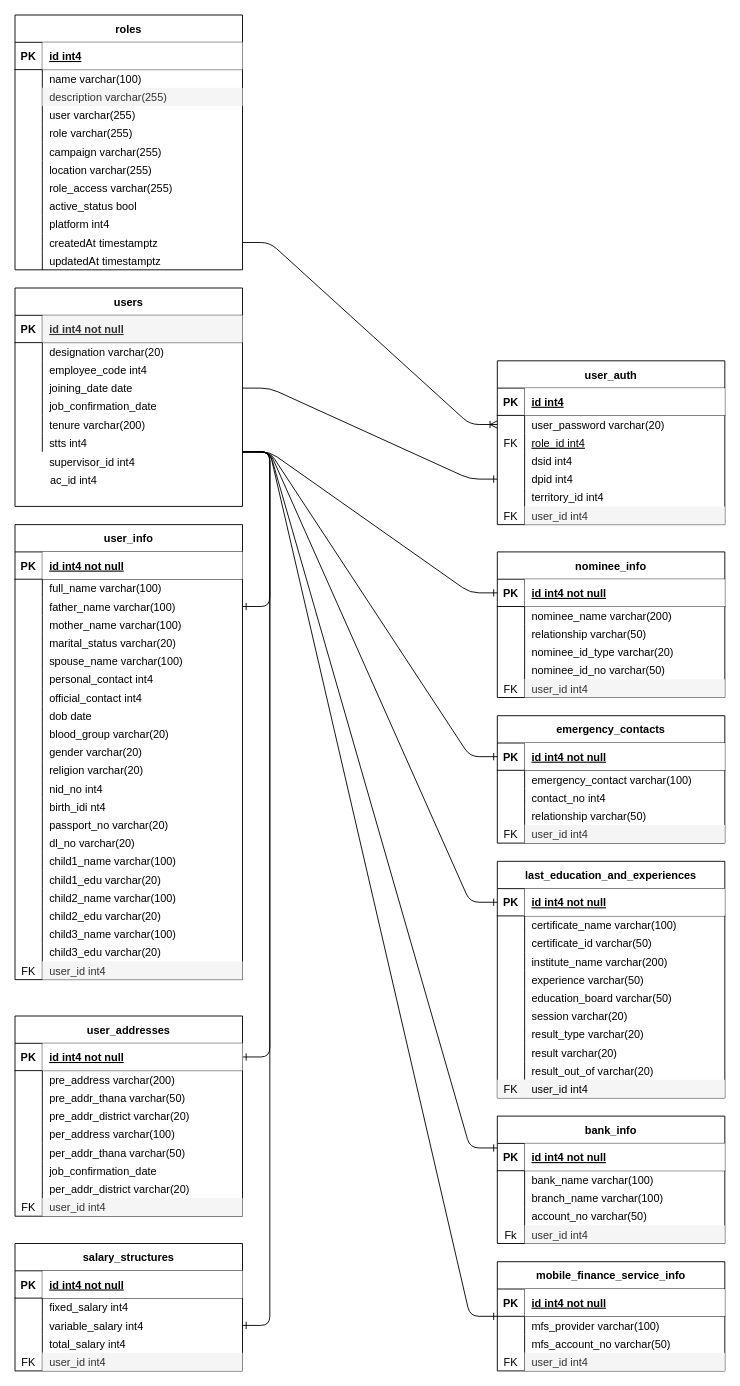
Before: page "Users" (3 of 5) of ECRM-ERD.drawio in Shoaib-Shuvo/ERDs-ECRM, a draw.io diagram. Source tidied: cells renumbered, new cells numbered last; positions are measured from the earlier drawing's top-left corner, leaving out a move shared by most shapes. Both pictures are drawn from the tidied source at 91%, with x=0, y=0 at pixel (15, 15).
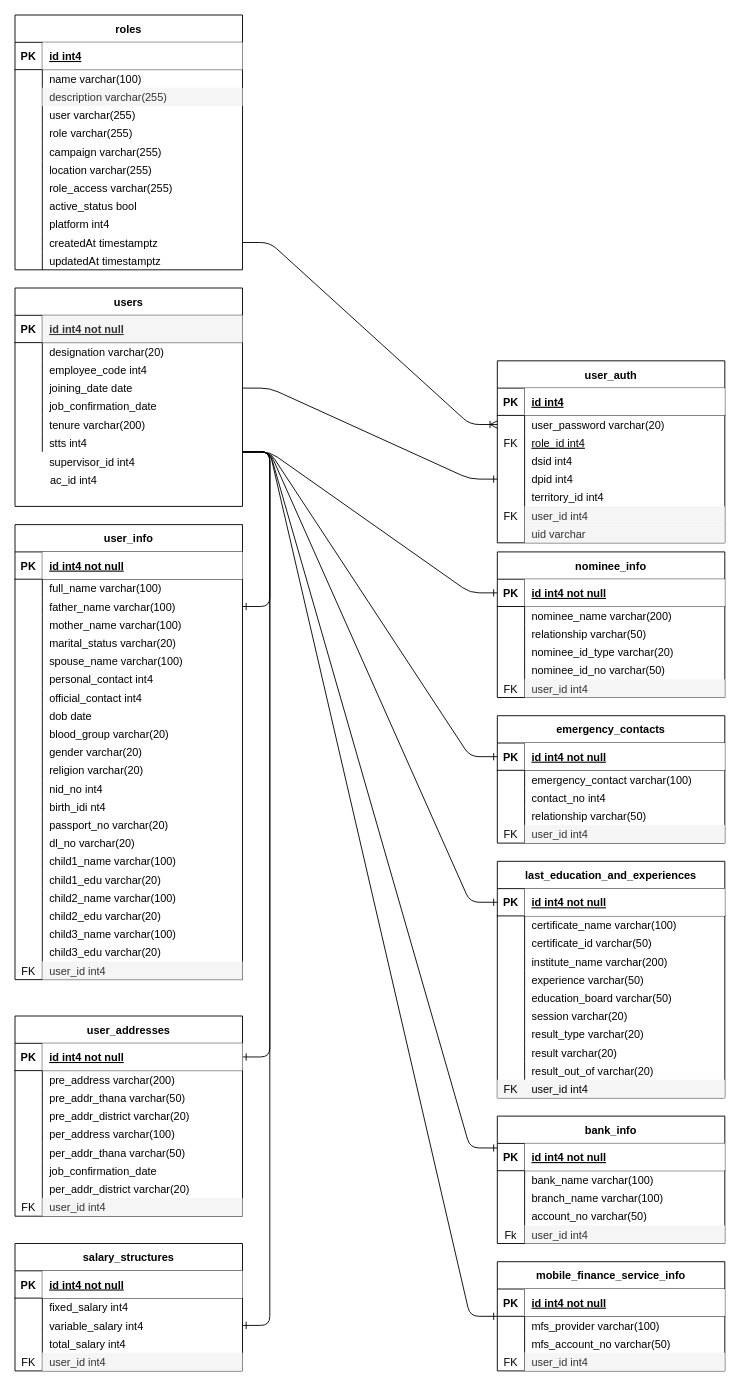
The same page after the edit.

Diff of the diagram source:
```diff
@@
     <mxCell id="223" value="user_auth" style="shape=table;startSize=30;childLayout=tableLayout;rowLines=0;fontStyle=1;align=center;" parent="1" vertex="1">
-      <mxGeometry x="530" y="380" width="250" height="180" as="geometry" />
+      <mxGeometry x="530" y="380" width="250" height="200" as="geometry" />
     </mxCell>
@@
+    <mxCell id="307" style="shape=partialRectangle;fillColor=none;top=0;left=0;right=0;bottom=0;" parent="223" vertex="1">
+      <mxGeometry y="180" width="250" height="20" as="geometry" />
+    </mxCell>
+    <mxCell id="308" style="shape=partialRectangle;overflow=hidden;fillColor=none;top=0;left=0;bottom=0;right=0;" parent="307" vertex="1">
+      <mxGeometry width="30" height="20" as="geometry" />
+    </mxCell>
+    <mxCell id="309" value="uid varchar" style="shape=partialRectangle;overflow=hidden;fillColor=#f5f5f5;top=0;left=0;bottom=0;right=0;align=left;spacingLeft=6;strokeColor=#666666;fontColor=#333333;" parent="307" vertex="1">
+      <mxGeometry x="30" width="220" height="20" as="geometry" />
+    </mxCell>
```
